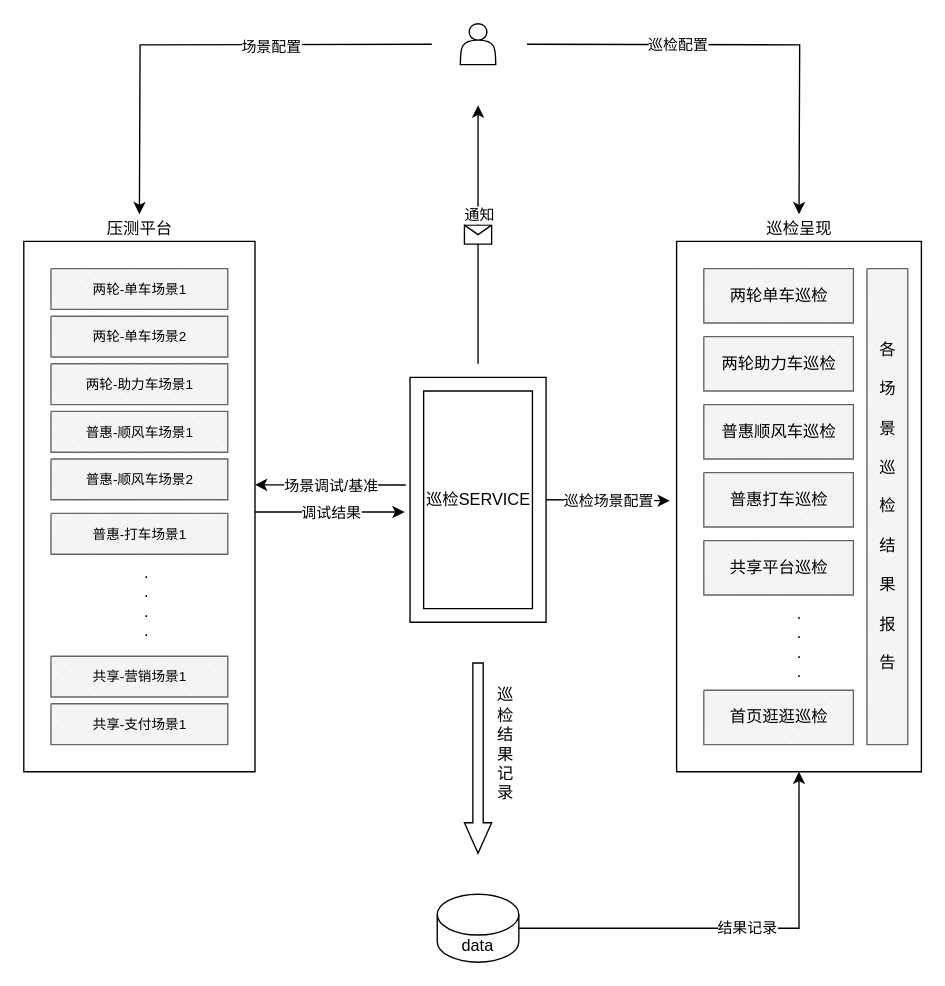
Above: test001.drawio in liuchuanling/Draw_io_repository (draw.io), before the change. Source tidied: cells renumbered, new cells numbered last; positions are measured from the earlier drawing's top-left corner, leaving out a move shared by most shapes. Both pictures are drawn from the tidied source at 136%, with x=0, y=0 at pixel (23, 23).
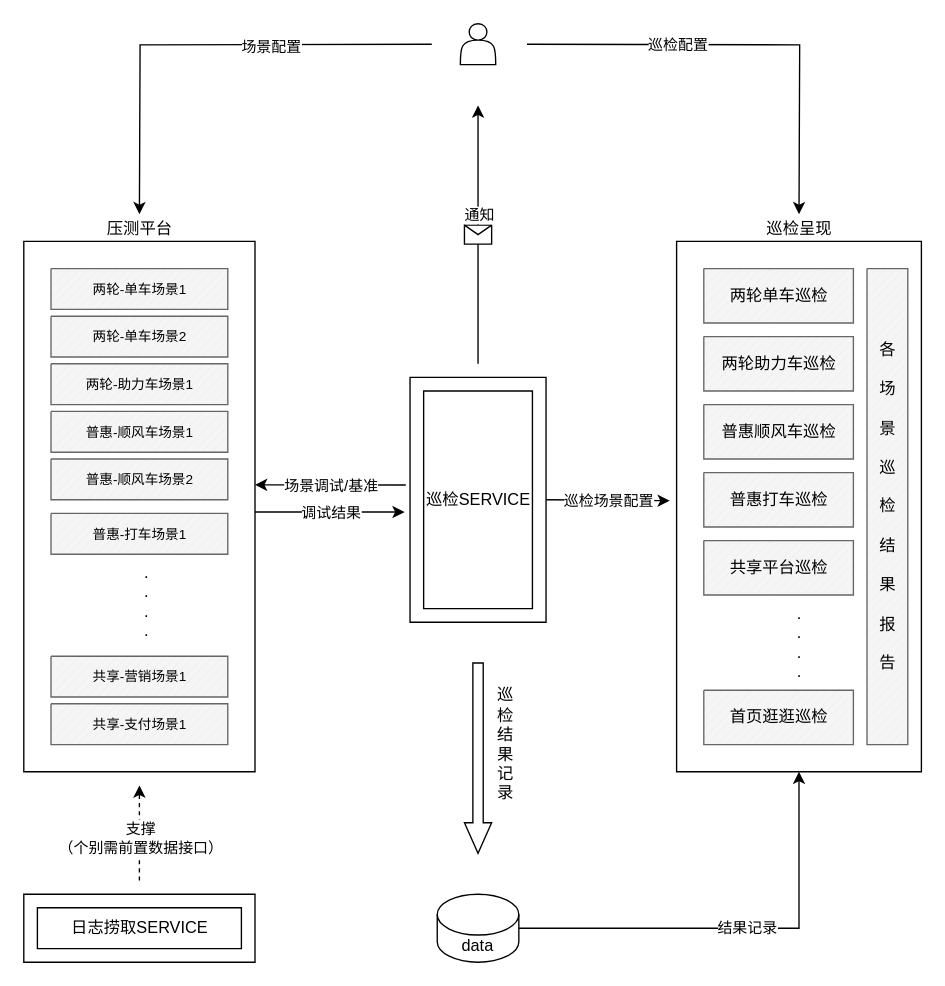
The same page after the edit.

Diff of the diagram source:
```diff
@@
+    <mxCell id="57" style="verticalLabelPosition=bottom;verticalAlign=top;html=1;shape=mxgraph.basic.frame;dx=10;whiteSpace=wrap;" parent="1" vertex="1">
+      <mxGeometry y="640" width="170" height="50" as="geometry" />
+    </mxCell>
+    <mxCell id="58" style="edgeStyle=orthogonalEdgeStyle;rounded=0;orthogonalLoop=1;jettySize=auto;html=1;dashed=1;" parent="1" edge="1">
+      <mxGeometry relative="1" as="geometry">
+        <mxPoint x="85" y="630" as="sourcePoint" />
+        <mxPoint x="85" y="560" as="targetPoint" />
+      </mxGeometry>
+    </mxCell>
+    <mxCell id="59" value="支撑&lt;br&gt;（个别需前置数据接口）" style="edgeLabel;html=1;align=center;verticalAlign=middle;" parent="58" vertex="1">
+      <mxGeometry x="-0.08" relative="1" as="geometry" />
+    </mxCell>
+    <mxCell id="60" value="日志捞取SERVICE" style="text;html=1;align=center;verticalAlign=middle;strokeColor=none;fillColor=none;" parent="1" vertex="1">
+      <mxGeometry x="25" y="650" width="120" height="30" as="geometry" />
+    </mxCell>
```
